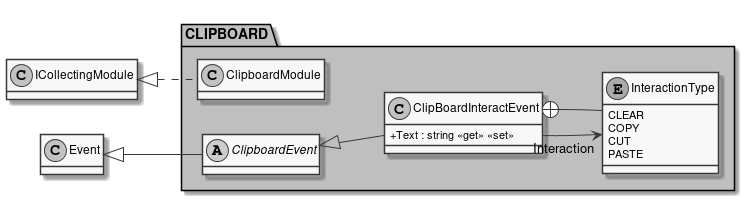
Before: documents/sd/resources/Packages/MODULES_CLIPBOARD.png, a diagram exported from PlantUML (insightmind/MORR). Source of this version:
```plantuml
@startuml MODULES_CLIPBOARD
skinparam monochrome true
skinparam classAttributeIconSize 0

left to right direction
hide empty fields
        package "CLIPBOARD" #BFBFBF {
            class ClipboardModule {

            }

            abstract class ClipboardEvent {

            }

            class ClipBoardInteractEvent {
                + Text : string <<get>> <<set>>
            }

            enum InteractionType {
                CLEAR
                COPY
                CUT
                PASTE
            }
        }

        ICollectingModule <|.. ClipboardModule
        Event <|-- ClipboardEvent
        ClipboardEvent <|-- ClipBoardInteractEvent
        ClipBoardInteractEvent --> "Interaction" InteractionType
        ClipBoardInteractEvent +-- InteractionType
@enduml
```
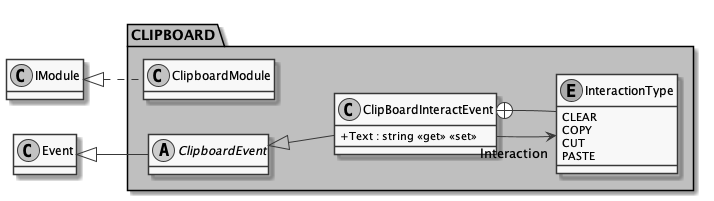
After the commit.

The edit, as a diff of the source:
```diff
@@ -25,7 +25,7 @@
             }
         }
 
-        ICollectingModule <|.. ClipboardModule
+        IModule <|.. ClipboardModule
         Event <|-- ClipboardEvent
         ClipboardEvent <|-- ClipBoardInteractEvent
         ClipBoardInteractEvent --> "Interaction" InteractionType
```
